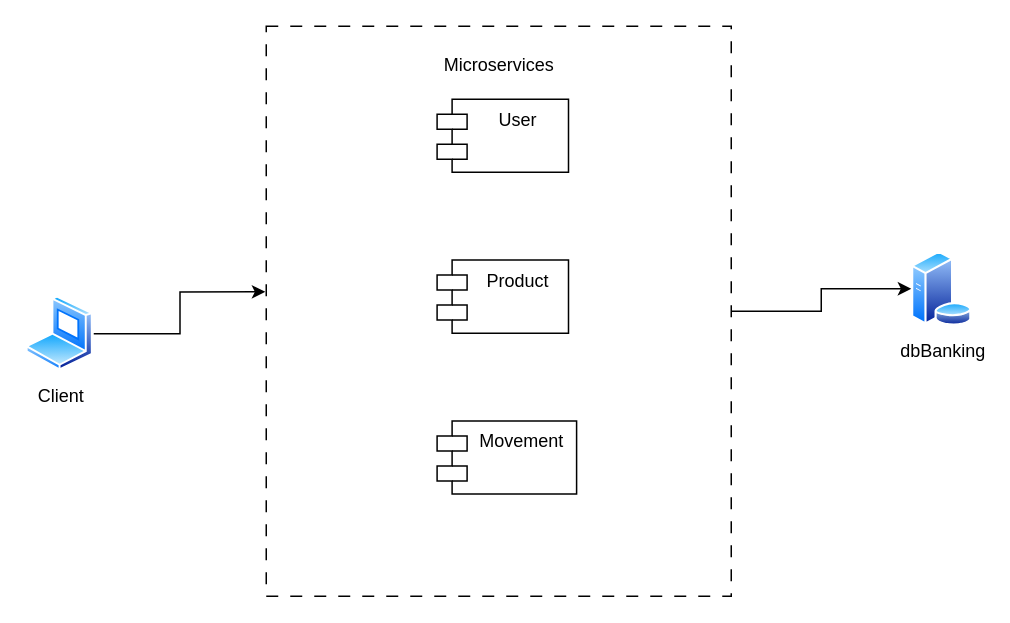
Above: Diagrama de arquitectura.drawio in Bootcamp49/Diagrams (draw.io), before the change. Source tidied: cells renumbered, new cells numbered last; positions are measured from the earlier drawing's top-left corner, leaving out a move shared by most shapes. Both pictures are drawn from the tidied source at 150%, with x=0, y=0 at pixel (26, 26).
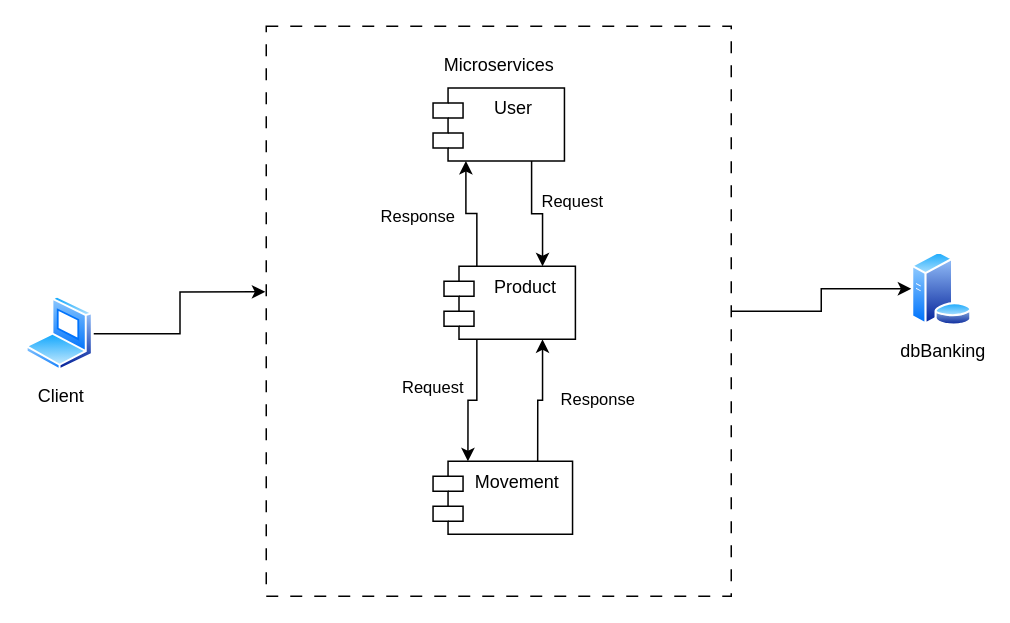
The same diagram, later.

Commit message (it also covers changes not shown here):
Updated architecture and database diagrams

The change refers to these unchanged cells:
```xml
<mxCell id="4" style="group;" parent="1" vertex="1">
  <mxGeometry x="160" width="310" height="380" as="geometry" />
</mxCell>
```

Change to the diagram source:
```diff
@@
+    <mxCell id="12" style="edgeStyle=orthogonalEdgeStyle;rounded=0;jettySize=auto;html=1;entryX=0.75;entryY=0;entryDx=0;entryDy=0;exitX=0.75;exitY=1;exitDx=0;exitDy=0;" parent="4" edge="1" source="7" target="9">
+      <mxGeometry relative="1" as="geometry">
+        <Array as="points">
+          <mxPoint x="177" y="125" />
+          <mxPoint x="184" y="125" />
+        </Array>
+      </mxGeometry>
+    </mxCell>
+    <mxCell id="13" value="Request" style="edgeLabel;html=1;align=center;verticalAlign=middle;" parent="12" vertex="1">
+      <mxGeometry x="-0.3" y="-1" relative="1" as="geometry">
+        <mxPoint x="28" as="offset" />
+      </mxGeometry>
+    </mxCell>
     <mxCell id="7" value="User" style="shape=module;align=left;spacingLeft=20;align=center;verticalAlign=top;whiteSpace=wrap;html=1;" parent="4" vertex="1">
-      <mxGeometry x="113.9" y="48.7" width="87.6" height="48.7" as="geometry" />
+      <mxGeometry x="111.2" y="41.1" width="87.6" height="48.7" as="geometry" />
     </mxCell>
+    <mxCell id="14" style="edgeStyle=orthogonalEdgeStyle;rounded=0;jettySize=auto;html=1;entryX=0.75;entryY=1;entryDx=0;entryDy=0;exitX=0.75;exitY=0;exitDx=0;exitDy=0;" parent="4" edge="1" source="8" target="9">
+      <mxGeometry relative="1" as="geometry" />
+    </mxCell>
+    <mxCell id="15" value="Request" style="edgeLabel;html=1;align=center;verticalAlign=middle;" parent="14" vertex="1">
+      <mxGeometry x="-0.1" y="-1" relative="1" as="geometry">
+        <mxPoint x="-71" y="-12" as="offset" />
+      </mxGeometry>
+    </mxCell>
+    <mxCell id="16" value="Response" style="edgeLabel;html=1;align=center;verticalAlign=middle;" parent="14" vertex="1">
+      <mxGeometry x="-0.04" y="1" relative="1" as="geometry">
+        <mxPoint x="39" as="offset" />
+      </mxGeometry>
+    </mxCell>
     <mxCell id="8" value="Movement" style="shape=module;align=left;spacingLeft=20;align=center;verticalAlign=top;whiteSpace=wrap;html=1;" parent="4" vertex="1">
-      <mxGeometry x="113.9" y="263.1" width="93" height="48.7" as="geometry" />
+      <mxGeometry x="111.2" y="290" width="93" height="48.7" as="geometry" />
     </mxCell>
+    <mxCell id="17" style="edgeStyle=orthogonalEdgeStyle;rounded=0;jettySize=auto;html=1;entryX=0.25;entryY=0;entryDx=0;entryDy=0;exitX=0.25;exitY=1;exitDx=0;exitDy=0;" parent="4" edge="1" source="9" target="8">
+      <mxGeometry relative="1" as="geometry" />
+    </mxCell>
+    <mxCell id="18" style="edgeStyle=orthogonalEdgeStyle;rounded=0;jettySize=auto;html=1;entryX=0.25;entryY=1;entryDx=0;entryDy=0;exitX=0.25;exitY=0;exitDx=0;exitDy=0;" parent="4" edge="1" source="9" target="7">
+      <mxGeometry relative="1" as="geometry" />
+    </mxCell>
+    <mxCell id="19" value="Response" style="edgeLabel;html=1;align=center;verticalAlign=middle;" parent="18" vertex="1">
+      <mxGeometry x="-0.12" y="1" relative="1" as="geometry">
+        <mxPoint x="-39" as="offset" />
+      </mxGeometry>
+    </mxCell>
     <mxCell id="9" value="Product" style="shape=module;align=left;spacingLeft=20;align=center;verticalAlign=top;whiteSpace=wrap;html=1;" parent="4" vertex="1">
-      <mxGeometry x="113.9" y="155.9" width="87.6" height="48.7" as="geometry" />
+      <mxGeometry x="118.5" y="160" width="87.6" height="48.7" as="geometry" />
     </mxCell>
```
